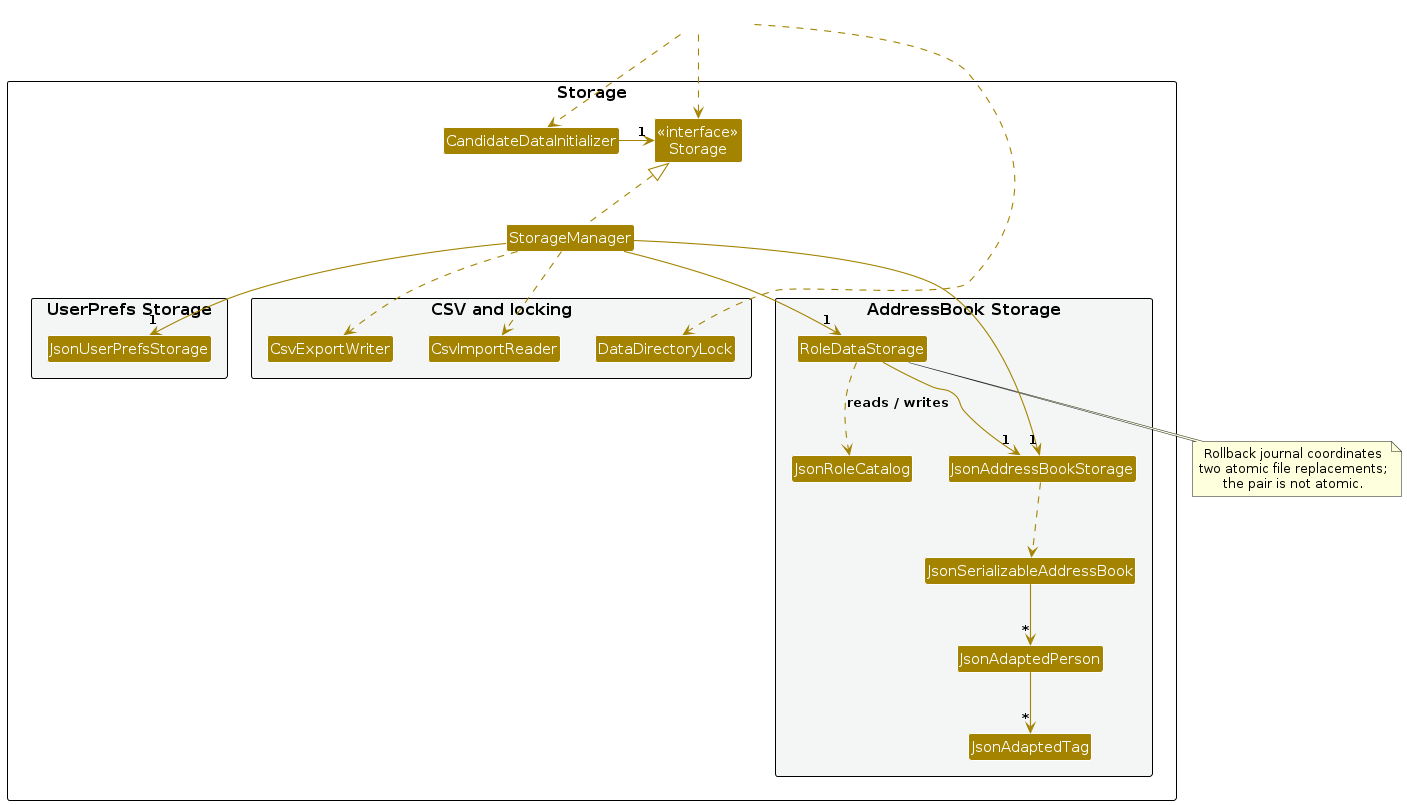
This is diagrams/StorageClassDiagram.png from AY2627S1-CS2103-F10-1/tp, a PlantUML export, as it was before one commit. Its source is kept beside it as diagrams/StorageClassDiagram.puml.
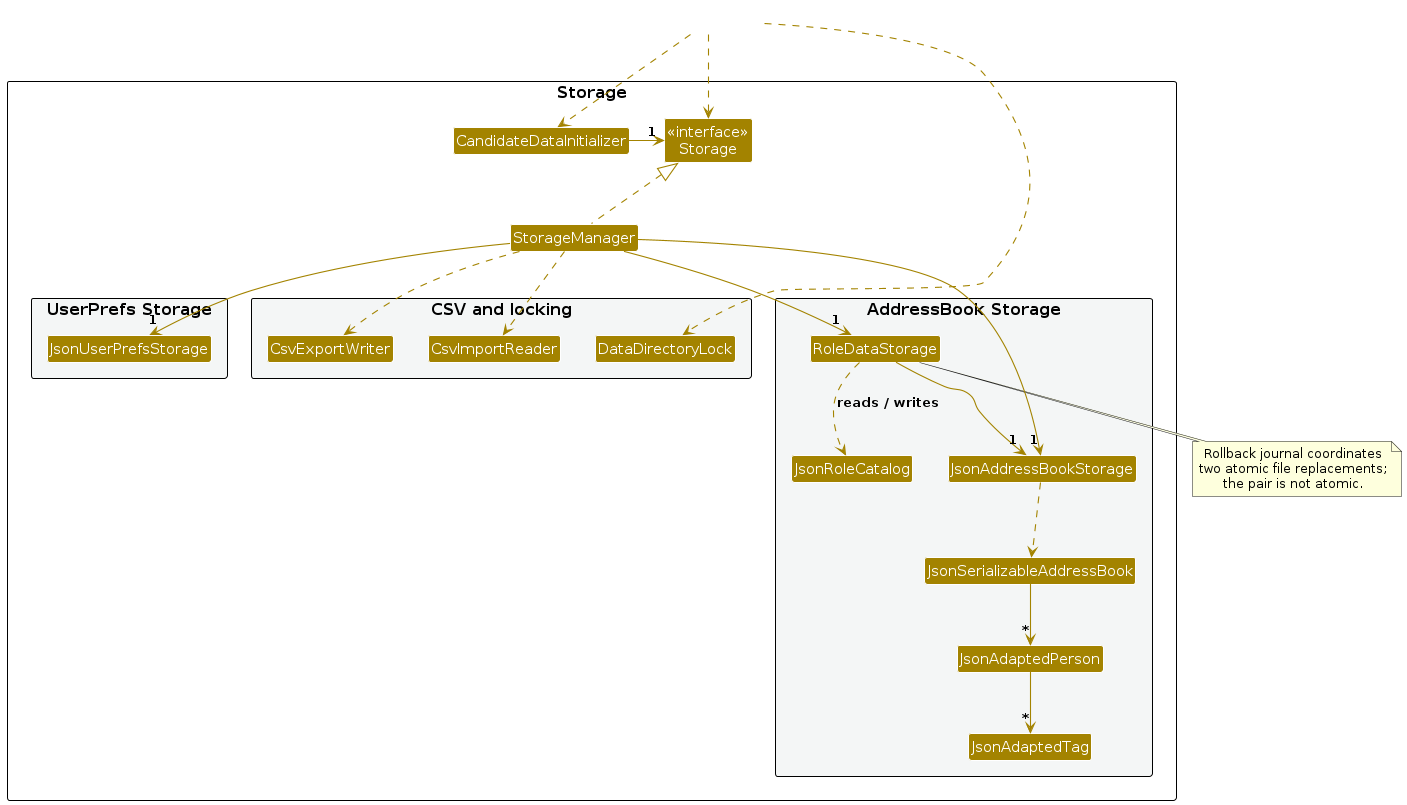
Later version of the same file.

What changed in the source:
```diff
@@ -44,7 +44,7 @@
 StorageManager ..> CsvExportWriter
 StorageManager ..> CsvImportReader
 RoleDataStorage --> "1" JsonAddressBookStorage
-RoleDataStorage ..> JsonRoleCatalog : reads / writes
+RoleDataStorage .down.> JsonRoleCatalog : "reads / writes     "
 note bottom of RoleDataStorage
   Rollback journal coordinates
   two atomic file replacements;
```
